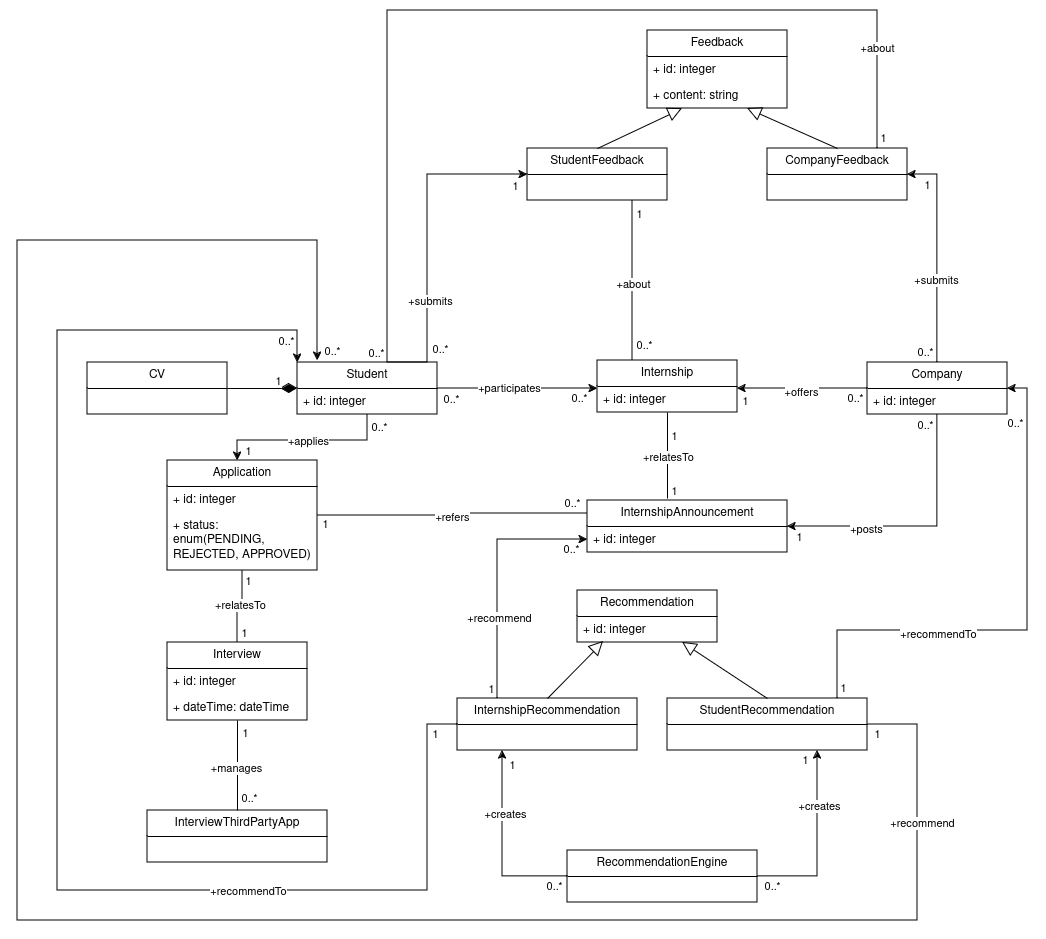
This is RASD/images/otherDiagrams/DomainClassDiagram.png from matteo-luraghi/IlardiLuraghi, a draw.io export, as it was before one commit. Source tidied: cells renumbered, new cells last; positions are measured from the earlier drawing's top-left corner, leaving out a move shared by most shapes.
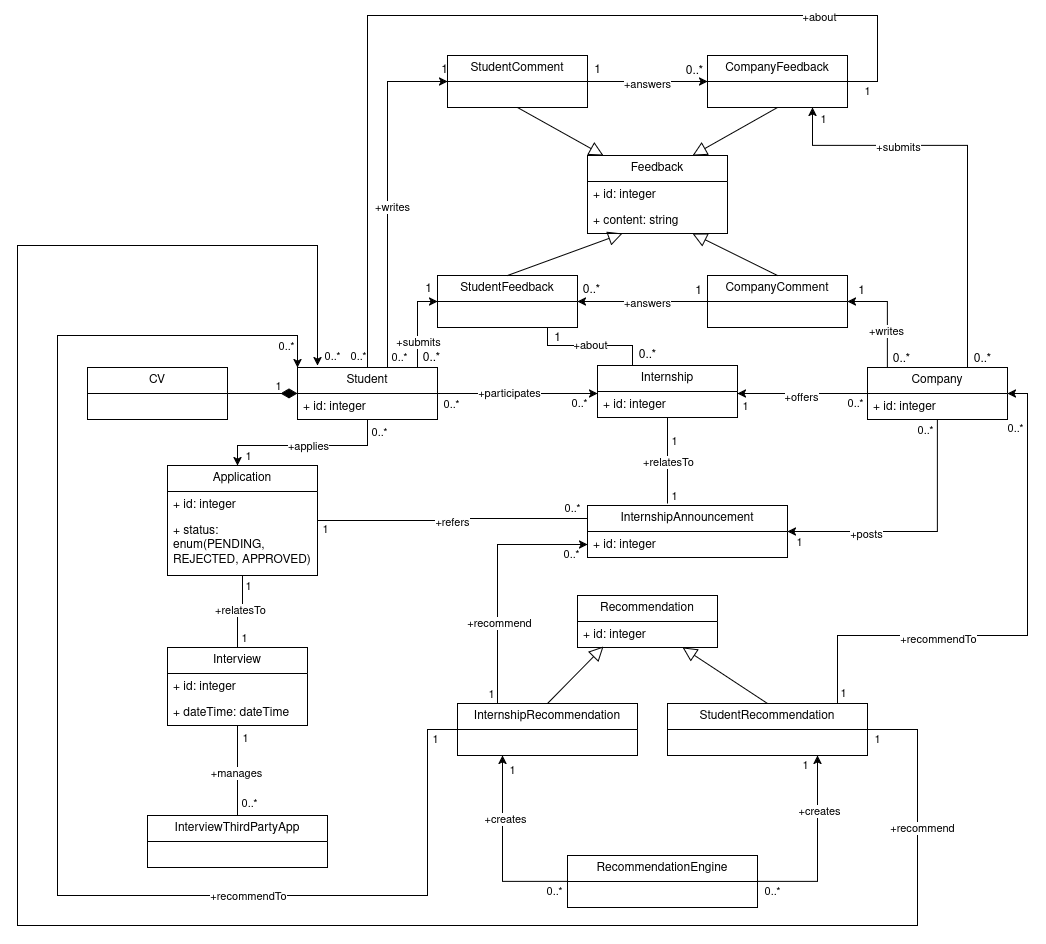
After the commit.

What changed in the source:
```diff
@@ -38,27 +38,28 @@
         <mxPoint x="1" y="11" as="offset" />
       </mxGeometry>
     </mxCell>
-    <mxCell id="9" style="edgeStyle=orthogonalEdgeStyle;rounded=0;jettySize=auto;html=1;entryX=0;entryY=0.5;entryDx=0;entryDy=0;exitX=0.75;exitY=0;exitDx=0;exitDy=0;" parent="1" edge="1" source="13" target="69">
+    <mxCell id="9" style="edgeStyle=orthogonalEdgeStyle;rounded=0;jettySize=auto;html=1;entryX=0;entryY=0.5;entryDx=0;entryDy=0;" parent="1" edge="1" source="13" target="69">
       <mxGeometry relative="1" as="geometry">
         <Array as="points">
-          <mxPoint x="410" y="352" />
-          <mxPoint x="410" y="164" />
+          <mxPoint x="400" y="286" />
         </Array>
       </mxGeometry>
     </mxCell>
-    <mxCell id="10" value="+submits" style="edgeLabel;html=1;align=center;verticalAlign=middle;" parent="9" vertex="1">
-      <mxGeometry x="-0.44" y="-2" relative="1" as="geometry" />
-    </mxCell>
-    <mxCell id="11" value="0..*" style="edgeLabel;html=1;align=center;verticalAlign=middle;" parent="9" vertex="1">
-      <mxGeometry x="-0.75" relative="1" as="geometry">
-        <mxPoint x="12" as="offset" />
-      </mxGeometry>
-    </mxCell>
-    <mxCell id="12" value="1" style="edgeLabel;html=1;align=center;verticalAlign=middle;" parent="9" vertex="1">
-      <mxGeometry x="0.85" relative="1" as="geometry">
-        <mxPoint x="10" y="11" as="offset" />
-      </mxGeometry>
-    </mxCell>
+    <mxCell id="106" value="+submits" style="edgeLabel;html=1;align=center;verticalAlign=middle;" parent="9" vertex="1">
+      <mxGeometry x="-0.4" relative="1" as="geometry" />
+    </mxCell>
+    <mxCell id="107" style="edgeStyle=orthogonalEdgeStyle;rounded=0;jettySize=auto;html=1;entryX=0;entryY=0.5;entryDx=0;entryDy=0;" parent="1" edge="1" source="13" target="116">
+      <mxGeometry relative="1" as="geometry">
+        <Array as="points">
+          <mxPoint x="370" y="66" />
+        </Array>
+      </mxGeometry>
+    </mxCell>
+    <mxCell id="108" value="+writes" style="edgeLabel;html=1;align=center;verticalAlign=middle;" parent="107" vertex="1">
+      <mxGeometry x="-0.05" y="-1" relative="1" as="geometry">
+        <mxPoint x="3" y="3" as="offset" />
+      </mxGeometry>
+    </mxCell>
     <mxCell id="13" value="Student" style="swimlane;fontStyle=0;horizontal=1;startSize=26;fillColor=none;whiteSpace=wrap;html=1;" parent="1" vertex="1">
       <mxGeometry x="280" y="352" width="140" height="52" as="geometry" />
     </mxCell>
@@ -103,22 +104,37 @@
         <mxPoint x="-16" y="13" as="offset" />
       </mxGeometry>
     </mxCell>
-    <mxCell id="23" style="edgeStyle=orthogonalEdgeStyle;rounded=0;jettySize=auto;html=1;entryX=1;entryY=0.5;entryDx=0;entryDy=0;" parent="1" edge="1" source="27" target="74">
-      <mxGeometry relative="1" as="geometry" />
-    </mxCell>
-    <mxCell id="24" value="+submits" style="edgeLabel;html=1;align=center;verticalAlign=middle;" parent="23" vertex="1">
-      <mxGeometry x="-0.24" y="2" relative="1" as="geometry" />
-    </mxCell>
-    <mxCell id="25" value="1" style="edgeLabel;html=1;align=center;verticalAlign=middle;" parent="23" vertex="1">
-      <mxGeometry x="0.68" y="3" relative="1" as="geometry">
-        <mxPoint x="-8" y="5" as="offset" />
-      </mxGeometry>
-    </mxCell>
-    <mxCell id="26" value="0..*" style="edgeLabel;html=1;align=center;verticalAlign=middle;" parent="23" vertex="1">
-      <mxGeometry x="-0.76" relative="1" as="geometry">
-        <mxPoint x="-13" y="15" as="offset" />
-      </mxGeometry>
-    </mxCell>
+    <mxCell id="109" style="edgeStyle=orthogonalEdgeStyle;rounded=0;jettySize=auto;html=1;" parent="1" edge="1" source="27">
+      <mxGeometry relative="1" as="geometry">
+        <mxPoint x="795" y="92" as="targetPoint" />
+        <Array as="points">
+          <mxPoint x="950" y="130" />
+          <mxPoint x="795" y="130" />
+        </Array>
+      </mxGeometry>
+    </mxCell>
+    <mxCell id="110" value="+submits" style="edgeLabel;html=1;align=center;verticalAlign=middle;" parent="109" vertex="1">
+      <mxGeometry x="0.53" y="4" relative="1" as="geometry">
+        <mxPoint x="26" y="-3" as="offset" />
+      </mxGeometry>
+    </mxCell>
+    <mxCell id="111" value="1" style="edgeLabel;html=1;align=center;verticalAlign=middle;" parent="109" vertex="1">
+      <mxGeometry x="0.95" y="-5" relative="1" as="geometry">
+        <mxPoint x="5" as="offset" />
+      </mxGeometry>
+    </mxCell>
+    <mxCell id="112" style="edgeStyle=orthogonalEdgeStyle;rounded=0;jettySize=auto;html=1;entryX=1;entryY=0.5;entryDx=0;entryDy=0;" parent="1" edge="1" source="27" target="120">
+      <mxGeometry relative="1" as="geometry">
+        <Array as="points">
+          <mxPoint x="870" y="286" />
+        </Array>
+      </mxGeometry>
+    </mxCell>
+    <mxCell id="113" value="+writes" style="edgeLabel;html=1;align=center;verticalAlign=middle;" parent="112" vertex="1">
+      <mxGeometry x="-0.3" y="-4" relative="1" as="geometry">
+        <mxPoint x="-6" as="offset" />
+      </mxGeometry>
+    </mxCell>
     <mxCell id="27" value="Company" style="swimlane;fontStyle=0;horizontal=1;startSize=26;fillColor=none;whiteSpace=wrap;html=1;" parent="1" vertex="1">
       <mxGeometry x="850" y="352" width="140" height="52" as="geometry" />
     </mxCell>
@@ -135,7 +151,7 @@
       <mxGeometry y="26" width="200" height="26" as="geometry" />
     </mxCell>
     <mxCell id="32" value="Feedback" style="swimlane;fontStyle=0;horizontal=1;startSize=26;fillColor=none;whiteSpace=wrap;html=1;" parent="1" vertex="1">
-      <mxGeometry x="630" y="20" width="140" height="78" as="geometry" />
+      <mxGeometry x="570" y="140" width="140" height="78" as="geometry" />
     </mxCell>
     <mxCell id="33" value="+ id: integer" style="text;strokeColor=none;fillColor=none;align=left;verticalAlign=top;spacingLeft=4;spacingRight=4;overflow=hidden;whiteSpace=wrap;html=1;" parent="32" vertex="1">
       <mxGeometry y="26" width="140" height="26" as="geometry" />
@@ -274,38 +290,33 @@
     <mxCell id="65" style="edgeStyle=orthogonalEdgeStyle;rounded=0;jettySize=auto;html=1;entryX=0.25;entryY=0;entryDx=0;entryDy=0;endArrow=none;endFill=0;" parent="1" edge="1" source="69" target="77">
       <mxGeometry relative="1" as="geometry">
         <Array as="points">
-          <mxPoint x="615" y="230" />
-          <mxPoint x="615" y="230" />
+          <mxPoint x="530" y="330" />
+          <mxPoint x="615" y="330" />
         </Array>
       </mxGeometry>
     </mxCell>
     <mxCell id="66" value="+about" style="edgeLabel;html=1;align=center;verticalAlign=middle;" parent="65" vertex="1">
-      <mxGeometry x="0.04" relative="1" as="geometry" />
+      <mxGeometry x="0.2" y="1" relative="1" as="geometry">
+        <mxPoint x="-14" as="offset" />
+      </mxGeometry>
     </mxCell>
-    <mxCell id="67" value="1" style="edgeLabel;html=1;align=center;verticalAlign=middle;" parent="65" vertex="1">
-      <mxGeometry x="-0.82" y="1" relative="1" as="geometry">
-        <mxPoint x="5" y="-1" as="offset" />
-      </mxGeometry>
-    </mxCell>
-    <mxCell id="68" value="0..*" style="edgeLabel;html=1;align=center;verticalAlign=middle;" parent="65" vertex="1">
-      <mxGeometry x="0.69" relative="1" as="geometry">
-        <mxPoint x="11" y="9" as="offset" />
-      </mxGeometry>
-    </mxCell>
     <mxCell id="69" value="StudentFeedback" style="swimlane;fontStyle=0;horizontal=1;startSize=26;fillColor=none;whiteSpace=wrap;html=1;" parent="1" vertex="1">
-      <mxGeometry x="510" y="138" width="140" height="52" as="geometry" />
+      <mxGeometry x="420" y="260" width="140" height="52" as="geometry" />
     </mxCell>
     <mxCell id="70" style="edgeStyle=orthogonalEdgeStyle;rounded=0;jettySize=auto;html=1;entryX=0.75;entryY=0;entryDx=0;entryDy=0;endArrow=none;endFill=0;" parent="1" edge="1" source="74" target="13">
       <mxGeometry relative="1" as="geometry">
         <Array as="points">
+          <mxPoint x="860" y="66" />
           <mxPoint x="860" />
-          <mxPoint x="370" />
-          <mxPoint x="370" y="352" />
+          <mxPoint x="350" />
+          <mxPoint x="350" y="352" />
         </Array>
       </mxGeometry>
     </mxCell>
     <mxCell id="71" value="+about" style="edgeLabel;html=1;align=center;verticalAlign=middle;" parent="70" vertex="1">
-      <mxGeometry x="-0.8" y="1" relative="1" as="geometry" />
+      <mxGeometry x="-0.8" y="1" relative="1" as="geometry">
+        <mxPoint x="-54" as="offset" />
+      </mxGeometry>
     </mxCell>
     <mxCell id="72" value="1" style="edgeLabel;html=1;align=center;verticalAlign=middle;" parent="70" vertex="1">
       <mxGeometry x="-0.97" y="-3" relative="1" as="geometry">
@@ -314,16 +325,16 @@
     </mxCell>
     <mxCell id="73" value="0..*" style="edgeLabel;html=1;align=center;verticalAlign=middle;" parent="70" vertex="1">
       <mxGeometry x="0.97" y="-3" relative="1" as="geometry">
-        <mxPoint x="-9" y="-9" as="offset" />
+        <mxPoint x="-29" y="-15" as="offset" />
       </mxGeometry>
     </mxCell>
     <mxCell id="74" value="CompanyFeedback" style="swimlane;fontStyle=0;horizontal=1;startSize=26;fillColor=none;whiteSpace=wrap;html=1;" parent="1" vertex="1">
-      <mxGeometry x="750" y="138" width="140" height="52" as="geometry" />
+      <mxGeometry x="690" y="40" width="140" height="52" as="geometry" />
     </mxCell>
     <mxCell id="75" style="endArrow=block;endFill=0;endSize=12;html=1;rounded=0;entryX=0.25;entryY=1;entryDx=0;entryDy=0;exitX=0.5;exitY=0;exitDx=0;exitDy=0;" parent="1" edge="1" source="69" target="32">
       <mxGeometry relative="1" as="geometry" />
     </mxCell>
-    <mxCell id="76" style="endArrow=block;endFill=0;endSize=12;html=1;rounded=0;exitX=0.5;exitY=0;exitDx=0;exitDy=0;entryX=0.714;entryY=1;entryDx=0;entryDy=0;entryPerimeter=0;" parent="1" edge="1" source="74" target="34">
+    <mxCell id="76" style="endArrow=block;endFill=0;endSize=12;html=1;rounded=0;exitX=0.5;exitY=1;exitDx=0;exitDy=0;entryX=0.75;entryY=0;entryDx=0;entryDy=0;" parent="1" edge="1" source="74" target="32">
       <mxGeometry relative="1" as="geometry" />
     </mxCell>
     <mxCell id="77" value="Internship" style="swimlane;fontStyle=0;horizontal=1;startSize=26;fillColor=none;whiteSpace=wrap;html=1;" parent="1" vertex="1">
@@ -435,5 +446,70 @@
     <mxCell id="105" value="0..*" style="edgeLabel;html=1;align=center;verticalAlign=middle;" parent="1" vertex="1">
       <mxGeometry x="754" y="875" as="geometry" />
     </mxCell>
+    <mxCell id="114" style="edgeStyle=orthogonalEdgeStyle;rounded=0;jettySize=auto;html=1;entryX=0;entryY=0.5;entryDx=0;entryDy=0;endArrow=classic;endFill=1;" parent="1" edge="1" source="116" target="74">
+      <mxGeometry relative="1" as="geometry" />
+    </mxCell>
+    <mxCell id="115" value="+answers" style="edgeLabel;html=1;align=center;verticalAlign=middle;" parent="114" vertex="1">
+      <mxGeometry x="-0.02" y="-2" relative="1" as="geometry" />
+    </mxCell>
+    <mxCell id="116" value="StudentComment" style="swimlane;fontStyle=0;horizontal=1;startSize=26;fillColor=none;whiteSpace=wrap;html=1;" parent="1" vertex="1">
+      <mxGeometry x="430" y="40" width="140" height="52" as="geometry" />
+    </mxCell>
+    <mxCell id="117" style="endArrow=block;endFill=0;endSize=12;html=1;rounded=0;entryX=0.114;entryY=0;entryDx=0;entryDy=0;exitX=0.5;exitY=1;exitDx=0;exitDy=0;entryPerimeter=0;" parent="1" edge="1" source="116" target="32">
+      <mxGeometry relative="1" as="geometry" />
+    </mxCell>
+    <mxCell id="118" style="edgeStyle=orthogonalEdgeStyle;rounded=0;jettySize=auto;html=1;entryX=1;entryY=0.5;entryDx=0;entryDy=0;endArrow=classic;endFill=1;startArrow=none;startFill=0;" parent="1" edge="1" source="120" target="69">
+      <mxGeometry relative="1" as="geometry" />
+    </mxCell>
+    <mxCell id="119" value="+answers" style="edgeLabel;html=1;align=center;verticalAlign=middle;" parent="118" vertex="1">
+      <mxGeometry x="-0.06" y="4" relative="1" as="geometry">
+        <mxPoint y="-3" as="offset" />
+      </mxGeometry>
+    </mxCell>
+    <mxCell id="120" value="CompanyComment" style="swimlane;fontStyle=0;horizontal=1;startSize=26;fillColor=none;whiteSpace=wrap;html=1;" parent="1" vertex="1">
+      <mxGeometry x="690" y="260" width="140" height="52" as="geometry" />
+    </mxCell>
+    <mxCell id="121" style="endArrow=block;endFill=0;endSize=12;html=1;rounded=0;entryX=0.75;entryY=1;entryDx=0;entryDy=0;exitX=0.5;exitY=0;exitDx=0;exitDy=0;" parent="1" edge="1" source="120" target="32">
+      <mxGeometry relative="1" as="geometry" />
+    </mxCell>
+    <mxCell id="122" value="1" style="text;html=1;align=center;verticalAlign=middle;strokeColor=none;fillColor=none;" parent="1" vertex="1">
+      <mxGeometry x="525" y="308" width="30" height="30" as="geometry" />
+    </mxCell>
+    <mxCell id="123" value="0..*" style="text;html=1;align=center;verticalAlign=middle;strokeColor=none;fillColor=none;" parent="1" vertex="1">
+      <mxGeometry x="610" y="325" width="40" height="30" as="geometry" />
+    </mxCell>
+    <mxCell id="124" value="0..*" style="text;html=1;align=center;verticalAlign=middle;strokeColor=none;fillColor=none;" parent="1" vertex="1">
+      <mxGeometry x="554" y="260" width="40" height="30" as="geometry" />
+    </mxCell>
+    <mxCell id="125" value="1" style="text;html=1;align=center;verticalAlign=middle;strokeColor=none;fillColor=none;" parent="1" vertex="1">
+      <mxGeometry x="666" y="261" width="30" height="30" as="geometry" />
+    </mxCell>
+    <mxCell id="126" value="1" style="text;html=1;align=center;verticalAlign=middle;strokeColor=none;fillColor=none;" parent="1" vertex="1">
+      <mxGeometry x="565" y="40" width="30" height="30" as="geometry" />
+    </mxCell>
+    <mxCell id="127" value="0..*" style="text;html=1;align=center;verticalAlign=middle;strokeColor=none;fillColor=none;" parent="1" vertex="1">
+      <mxGeometry x="657" y="41" width="40" height="30" as="geometry" />
+    </mxCell>
+    <mxCell id="128" value="0..*" style="text;html=1;align=center;verticalAlign=middle;strokeColor=none;fillColor=none;" parent="1" vertex="1">
+      <mxGeometry x="394" y="328" width="40" height="30" as="geometry" />
+    </mxCell>
+    <mxCell id="129" value="1" style="text;html=1;align=center;verticalAlign=middle;strokeColor=none;fillColor=none;" parent="1" vertex="1">
+      <mxGeometry x="396" y="259" width="30" height="30" as="geometry" />
+    </mxCell>
+    <mxCell id="130" value="0..*" style="text;html=1;align=center;verticalAlign=middle;strokeColor=none;fillColor=none;" parent="1" vertex="1">
+      <mxGeometry x="945" y="329" width="40" height="30" as="geometry" />
+    </mxCell>
+    <mxCell id="131" value="0..*" style="text;html=1;align=center;verticalAlign=middle;strokeColor=none;fillColor=none;" parent="1" vertex="1">
+      <mxGeometry x="864" y="329" width="40" height="30" as="geometry" />
+    </mxCell>
+    <mxCell id="132" value="1" style="text;html=1;align=center;verticalAlign=middle;strokeColor=none;fillColor=none;" parent="1" vertex="1">
+      <mxGeometry x="829" y="261" width="30" height="30" as="geometry" />
+    </mxCell>
+    <mxCell id="133" value="1" style="text;html=1;align=center;verticalAlign=middle;strokeColor=none;fillColor=none;" parent="1" vertex="1">
+      <mxGeometry x="412" y="40" width="30" height="30" as="geometry" />
+    </mxCell>
+    <mxCell id="134" value="0..*" style="edgeLabel;html=1;align=center;verticalAlign=middle;" parent="1" vertex="1">
+      <mxGeometry x="381" y="341" as="geometry" />
+    </mxCell>
   </root>
 </mxGraphModel>
```
